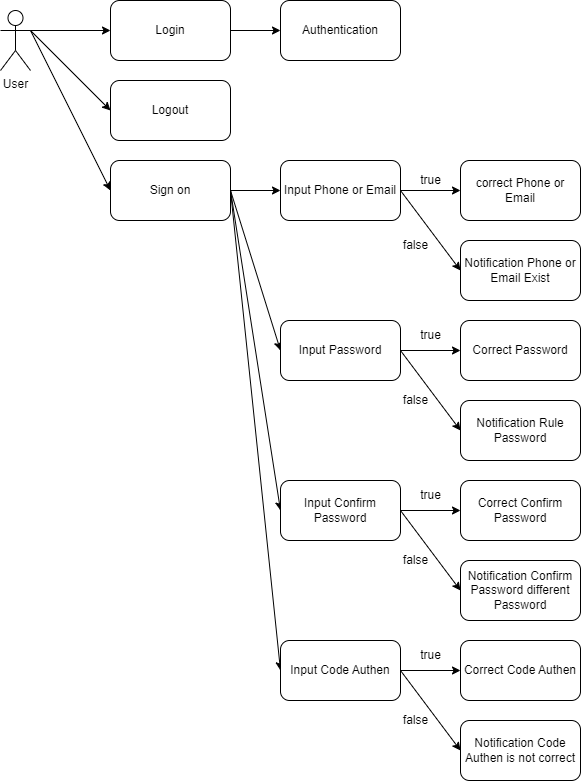
Before: saving_book_diagram.png, a diagram exported from draw.io (kenduog/saving_book). Source tidied: cells renumbered, new cells last; positions are measured from the earlier drawing's top-left corner, leaving out a move shared by most shapes.
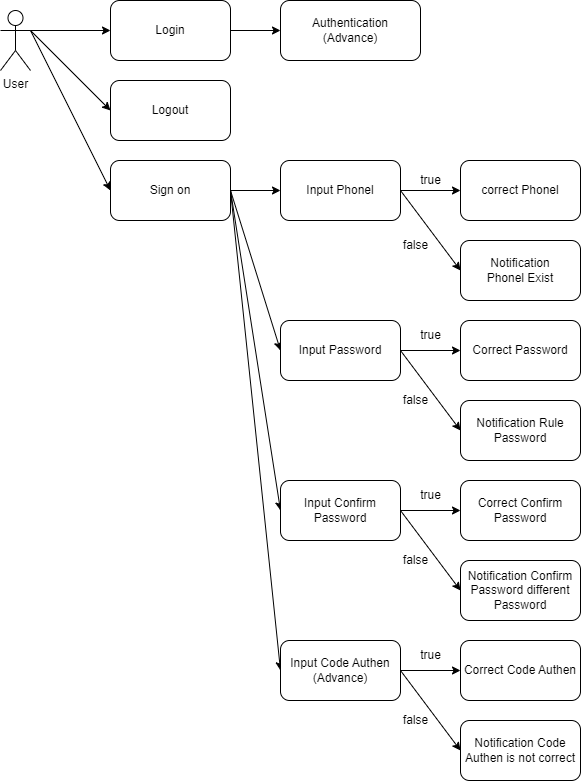
Above is the later version.

Diff of the diagram source:
```diff
@@ -38,8 +38,8 @@
     <mxCell id="13" value="Sign on" style="rounded=1;whiteSpace=wrap;html=1;" parent="1" vertex="1">
       <mxGeometry x="110" y="160" width="120" height="60" as="geometry" />
     </mxCell>
-    <mxCell id="14" value="Authentication" style="rounded=1;whiteSpace=wrap;html=1;" parent="1" vertex="1">
-      <mxGeometry x="280" width="120" height="60" as="geometry" />
+    <mxCell id="14" value="Authentication&lt;br&gt;(Advance)" style="rounded=1;whiteSpace=wrap;html=1;" parent="1" vertex="1">
+      <mxGeometry x="280" width="140" height="60" as="geometry" />
     </mxCell>
     <mxCell id="15" style="edgeStyle=none;rounded=0;jettySize=auto;html=1;exitX=1;exitY=0.5;exitDx=0;exitDy=0;entryX=0;entryY=0.5;entryDx=0;entryDy=0;" parent="1" edge="1" source="17" target="27">
       <mxGeometry relative="1" as="geometry" />
@@ -47,7 +47,7 @@
     <mxCell id="16" style="edgeStyle=none;rounded=0;jettySize=auto;html=1;exitX=1;exitY=0.5;exitDx=0;exitDy=0;entryX=0;entryY=0.5;entryDx=0;entryDy=0;" parent="1" edge="1" source="17" target="28">
       <mxGeometry relative="1" as="geometry" />
     </mxCell>
-    <mxCell id="17" value="Input Phone or Email" style="rounded=1;whiteSpace=wrap;html=1;" parent="1" vertex="1">
+    <mxCell id="17" value="Input Phonel" style="rounded=1;whiteSpace=wrap;html=1;" parent="1" vertex="1">
       <mxGeometry x="280" y="160" width="120" height="60" as="geometry" />
     </mxCell>
     <mxCell id="18" style="edgeStyle=none;rounded=0;jettySize=auto;html=1;exitX=1;exitY=0.5;exitDx=0;exitDy=0;entryX=0;entryY=0.5;entryDx=0;entryDy=0;" parent="1" edge="1" source="20" target="30">
@@ -74,13 +74,13 @@
     <mxCell id="25" style="edgeStyle=none;rounded=0;jettySize=auto;html=1;exitX=1;exitY=0.5;exitDx=0;exitDy=0;entryX=0;entryY=0.5;entryDx=0;entryDy=0;" parent="1" edge="1" source="26" target="34">
       <mxGeometry relative="1" as="geometry" />
     </mxCell>
-    <mxCell id="26" value="Input Code Authen" style="rounded=1;whiteSpace=wrap;html=1;" parent="1" vertex="1">
+    <mxCell id="26" value="Input Code Authen&lt;br&gt;(Advance)" style="rounded=1;whiteSpace=wrap;html=1;" parent="1" vertex="1">
       <mxGeometry x="280" y="640" width="120" height="60" as="geometry" />
     </mxCell>
-    <mxCell id="27" value="correct Phone or Email" style="rounded=1;whiteSpace=wrap;html=1;" parent="1" vertex="1">
+    <mxCell id="27" value="correct Phonel" style="rounded=1;whiteSpace=wrap;html=1;" parent="1" vertex="1">
       <mxGeometry x="460" y="160" width="120" height="60" as="geometry" />
     </mxCell>
-    <mxCell id="28" value="Notification Phone or Email Exist" style="rounded=1;whiteSpace=wrap;html=1;" parent="1" vertex="1">
+    <mxCell id="28" value="Notification Phonel&amp;nbsp;Exist" style="rounded=1;whiteSpace=wrap;html=1;" parent="1" vertex="1">
       <mxGeometry x="460" y="240" width="120" height="60" as="geometry" />
     </mxCell>
     <mxCell id="29" value="Notification Rule Password" style="rounded=1;whiteSpace=wrap;html=1;" parent="1" vertex="1">
```
